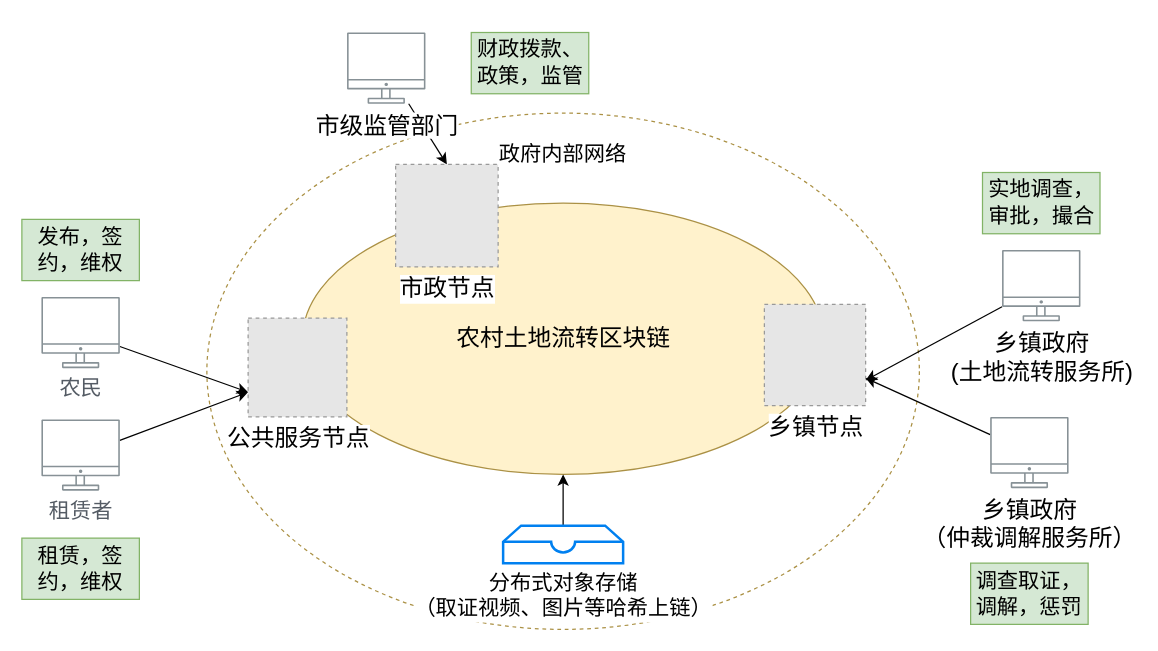
Earlier version of the draw.io diagram repository/drawio/农村土地流转.drawio (dilide/collections). Source tidied: cells renumbered, new cells numbered last; positions are measured from the earlier drawing's top-left corner, leaving out a move shared by most shapes. Both pictures are drawn from the tidied source at 125%, with x=0, y=0 at pixel (21, 31). Pictures stored in the file or linked from it are replaced by grey dashed boxes.
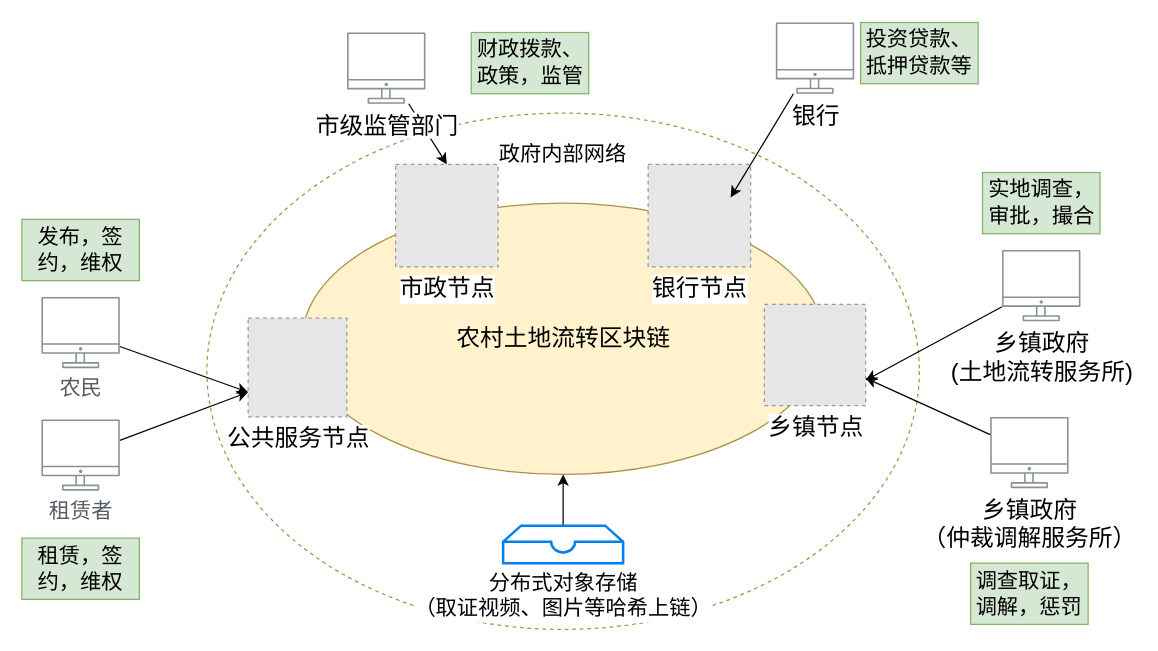
After the change.

Commit message:
更新农村土地流转.drawio

Change to the diagram source:
```diff
@@
+    <mxCell id="24" value="银行节点" style="fillColor=#E6E6E6;strokeColor=#999999;dashed=1;html=1;verticalAlign=top;verticalLabelPosition=bottom;labelBackgroundColor=#ffffff;fontSize=19;" parent="1" vertex="1">
+      <mxGeometry x="501" y="106" width="82" height="82" as="geometry" />
+    </mxCell>
+    <mxCell id="25" style="edgeStyle=none;rounded=0;jettySize=auto;html=1;entryX=0.805;entryY=0.323;entryDx=0;entryDy=0;entryPerimeter=0;fontSize=17;" parent="1" edge="1" source="26" target="24">
+      <mxGeometry relative="1" as="geometry" />
+    </mxCell>
+    <mxCell id="26" value="&lt;span style=&quot;color: rgb(0 , 0 , 0) ; font-size: 19px ; background-color: rgb(255 , 255 , 255)&quot;&gt;银行&lt;/span&gt;" style="outlineConnect=0;gradientColor=none;fontColor=#545B64;strokeColor=none;fillColor=#879196;dashed=0;verticalLabelPosition=bottom;verticalAlign=top;align=center;html=1;fontSize=17;fontStyle=0;shape=mxgraph.aws4.illustration_desktop;" parent="1" vertex="1">
+      <mxGeometry x="603" y="-7.5" width="63" height="57" as="geometry" />
+    </mxCell>
+    <mxCell id="27" value="投资贷款、抵押贷款等" style="text;html=1;strokeColor=#82b366;fillColor=#d5e8d4;align=center;verticalAlign=middle;whiteSpace=wrap;rounded=0;fontSize=17;" parent="1" vertex="1">
+      <mxGeometry x="671" y="-7.5" width="94" height="49" as="geometry" />
+    </mxCell>
```
